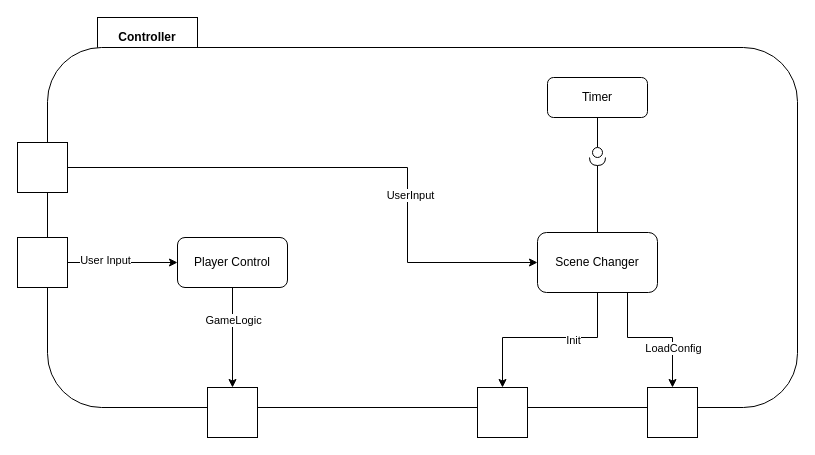
Earlier version of the draw.io diagram doku-game/VS-Controller.drawio (PrismFox/tron-game). Source tidied: cells renumbered, new cells numbered last; positions are measured from the earlier drawing's top-left corner, leaving out a move shared by most shapes. Both pictures are drawn from the tidied source at 100%, with x=0, y=0 at pixel (17, 17).
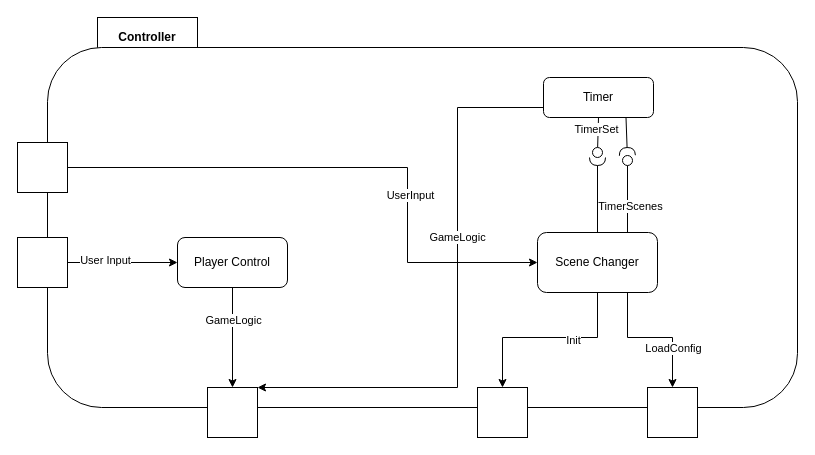
After the change.

Unchanged cells that the change refers to:
```xml
<mxCell id="9" value="Scene Changer" style="rounded=1;whiteSpace=wrap;html=1;" parent="1" vertex="1">
  <mxGeometry x="520" y="215" width="120" height="60" as="geometry" />
</mxCell>
<mxCell id="13" style="rounded=0;jettySize=auto;html=1;endArrow=none;endFill=0;sketch=0;sourcePerimeterSpacing=0;targetPerimeterSpacing=0;exitX=0.5;exitY=1;exitDx=0;exitDy=0;" parent="1" edge="1" source="4" target="15">
  <mxGeometry relative="1" as="geometry" />
</mxCell>
<mxCell id="22" style="whiteSpace=wrap;html=1;" parent="1" vertex="1">
  <mxGeometry x="190" y="370" width="50" height="50" as="geometry" />
</mxCell>
```

Diff of the diagram source:
```diff
@@
+    <mxCell id="25" style="edgeStyle=orthogonalEdgeStyle;rounded=0;jettySize=auto;html=1;entryX=1;entryY=0;entryDx=0;entryDy=0;" parent="1" edge="1" source="4" target="22">
+      <mxGeometry relative="1" as="geometry">
+        <Array as="points">
+          <mxPoint x="440" y="90" />
+          <mxPoint x="440" y="370" />
+        </Array>
+      </mxGeometry>
+    </mxCell>
+    <mxCell id="26" value="GameLogic" style="edgeLabel;html=1;align=center;verticalAlign=middle;" parent="25" vertex="1">
+      <mxGeometry x="-0.24" y="-1" relative="1" as="geometry" />
+    </mxCell>
     <mxCell id="4" value="Timer" style="rounded=1;whiteSpace=wrap;html=1;" parent="1" vertex="1">
-      <mxGeometry x="530" y="60" width="100" height="40" as="geometry" />
+      <mxGeometry x="526" y="60" width="110" height="40" as="geometry" />
     </mxCell>
@@
+    <mxCell id="27" value="TimerSet" style="edgeLabel;html=1;align=center;verticalAlign=middle;" parent="13" vertex="1">
+      <mxGeometry x="-0.19" y="-2" relative="1" as="geometry" />
+    </mxCell>
@@
+    <mxCell id="28" style="rounded=0;jettySize=auto;html=1;endArrow=none;endFill=0;sketch=0;sourcePerimeterSpacing=0;targetPerimeterSpacing=0;exitX=0.75;exitY=0;exitDx=0;exitDy=0;" parent="1" edge="1" source="9" target="31">
+      <mxGeometry relative="1" as="geometry" />
+    </mxCell>
+    <mxCell id="29" value="TimerScenes" style="edgeLabel;html=1;align=center;verticalAlign=middle;" parent="28" vertex="1">
+      <mxGeometry x="-0.19" y="-2" relative="1" as="geometry" />
+    </mxCell>
+    <mxCell id="30" style="rounded=0;jettySize=auto;html=1;endArrow=halfCircle;endFill=0;endSize=6;strokeWidth=1;sketch=0;exitX=0.75;exitY=1;exitDx=0;exitDy=0;" parent="1" edge="1" source="4" target="31">
+      <mxGeometry relative="1" as="geometry" />
+    </mxCell>
+    <mxCell id="31" style="ellipse;whiteSpace=wrap;html=1;align=center;points=[];outlineConnect=0;sketch=0;" parent="1" vertex="1">
+      <mxGeometry x="605" y="138" width="10" height="10" as="geometry" />
+    </mxCell>
```
